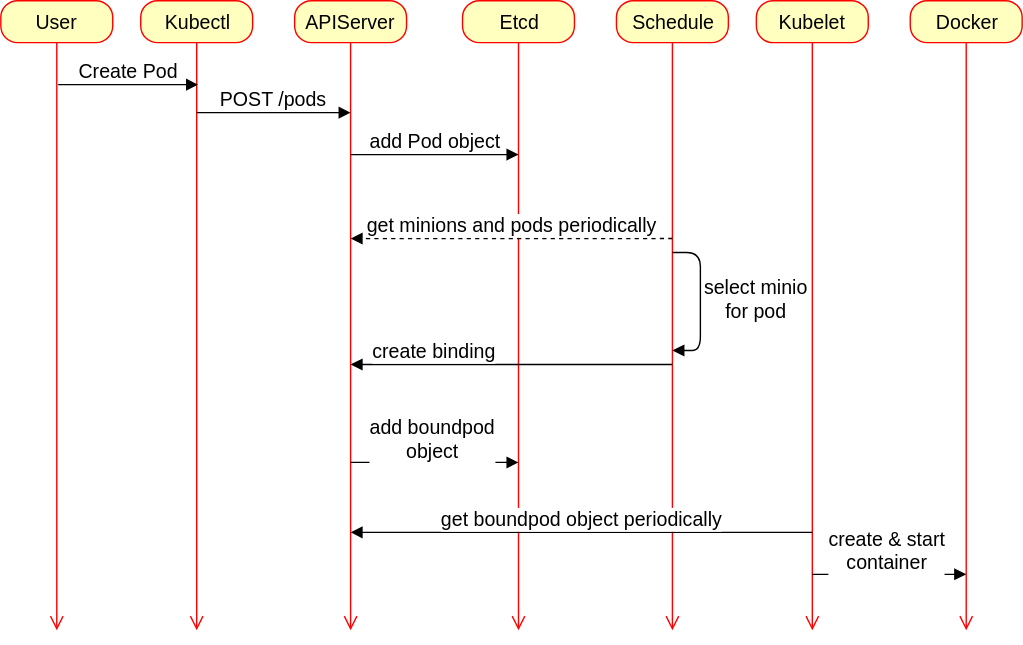
This is images/kubernetes_schedule.svg from lanzhiwang/k8s, a draw.io export, as it was before one commit. Source tidied: cells renumbered, new cells last; positions are measured from the earlier drawing's top-left corner, leaving out a move shared by most shapes.
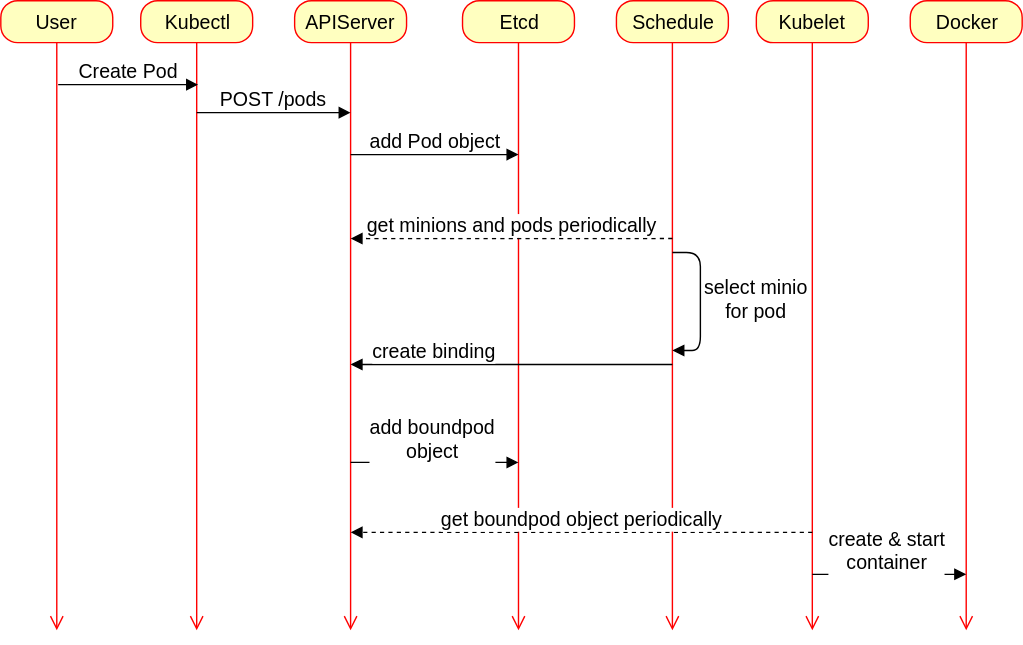
The same diagram one commit later.

Commit message:
修改操作说明

The edit, as a diff of the source:
```diff
@@ -110,7 +110,7 @@
         <mxPoint x="370" y="330" as="targetPoint" />
       </mxGeometry>
     </mxCell>
-    <mxCell id="25" value="&lt;font style=&quot;font-size: 14px&quot;&gt;get boundpod object periodically&lt;/font&gt;" style="html=1;verticalAlign=bottom;endArrow=block;" parent="1" edge="1">
+    <mxCell id="25" value="&lt;font style=&quot;font-size: 14px&quot;&gt;get boundpod object periodically&lt;/font&gt;" style="html=1;verticalAlign=bottom;endArrow=block;dashed=1;" parent="1" edge="1">
       <mxGeometry relative="1" as="geometry">
         <mxPoint x="580" y="380" as="sourcePoint" />
         <mxPoint x="250" y="380" as="targetPoint" />
```
